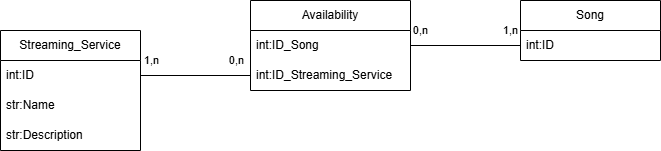
Giacomix02/Service-oriented-Software-Engineering keeps this draw.io diagram as Exam/docs/img/Streaming.png. Above is the earlier version. Source tidied: cells renumbered, new cells last; positions are measured from the earlier drawing's top-left corner, leaving out a move shared by most shapes. Its diagram source:
```xml
<mxGraphModel>
  <root>
    <mxCell id="0" />
    <mxCell id="1" parent="0" />
    <mxCell id="2" value="Song" style="swimlane;fontStyle=0;horizontal=1;startSize=30;whiteSpace=wrap;html=1;" parent="1" vertex="1">
      <mxGeometry x="520" width="140" height="60" as="geometry" />
    </mxCell>
    <mxCell id="3" value="int:ID" style="text;strokeColor=none;fillColor=none;align=left;verticalAlign=middle;spacingLeft=4;spacingRight=4;overflow=hidden;points=[[0,0.5],[1,0.5]];portConstraint=eastwest;whiteSpace=wrap;html=1;" parent="2" vertex="1">
      <mxGeometry y="30" width="140" height="30" as="geometry" />
    </mxCell>
    <mxCell id="4" value="Streaming_Service" style="swimlane;fontStyle=0;horizontal=1;startSize=30;whiteSpace=wrap;html=1;" parent="1" vertex="1">
      <mxGeometry y="30" width="140" height="120" as="geometry" />
    </mxCell>
    <mxCell id="5" value="int:ID" style="text;strokeColor=none;fillColor=none;align=left;verticalAlign=middle;spacingLeft=4;spacingRight=4;overflow=hidden;points=[[0,0.5],[1,0.5]];portConstraint=eastwest;whiteSpace=wrap;html=1;" parent="4" vertex="1">
      <mxGeometry y="30" width="140" height="30" as="geometry" />
    </mxCell>
    <mxCell id="6" value="str:Name" style="text;strokeColor=none;fillColor=none;align=left;verticalAlign=middle;spacingLeft=4;spacingRight=4;overflow=hidden;whiteSpace=wrap;html=1;" parent="4" vertex="1">
      <mxGeometry y="60" width="140" height="30" as="geometry" />
    </mxCell>
    <mxCell id="7" value="str:Description" style="text;strokeColor=none;fillColor=none;align=left;verticalAlign=middle;spacingLeft=4;spacingRight=4;overflow=hidden;whiteSpace=wrap;html=1;" parent="4" vertex="1">
      <mxGeometry y="90" width="140" height="30" as="geometry" />
    </mxCell>
    <mxCell id="8" value="&lt;span&gt;Availability&lt;/span&gt;" style="swimlane;fontStyle=0;horizontal=1;startSize=30;whiteSpace=wrap;html=1;" parent="1" vertex="1">
      <mxGeometry x="250" width="160" height="90" as="geometry" />
    </mxCell>
    <mxCell id="9" value="int:ID_Song" style="text;strokeColor=none;fillColor=none;align=left;verticalAlign=middle;spacingLeft=4;spacingRight=4;overflow=hidden;points=[[0,0.5],[1,0.5]];portConstraint=eastwest;whiteSpace=wrap;html=1;" parent="8" vertex="1">
      <mxGeometry y="30" width="160" height="30" as="geometry" />
    </mxCell>
    <mxCell id="10" value="int:ID_Streaming_Service" style="text;strokeColor=none;fillColor=none;align=left;verticalAlign=middle;spacingLeft=4;spacingRight=4;overflow=hidden;points=[[0,0.5],[1,0.5]];portConstraint=eastwest;whiteSpace=wrap;html=1;" parent="8" vertex="1">
      <mxGeometry y="60" width="160" height="30" as="geometry" />
    </mxCell>
    <mxCell id="11" style="edgeStyle=orthogonalEdgeStyle;rounded=0;jettySize=auto;html=1;endArrow=none;endFill=0;" parent="1" edge="1" source="3" target="9">
      <mxGeometry relative="1" as="geometry" />
    </mxCell>
    <mxCell id="12" value="0,n" style="edgeLabel;html=1;align=center;verticalAlign=middle;" parent="11" vertex="1">
      <mxGeometry x="0.83" relative="1" as="geometry">
        <mxPoint y="-15" as="offset" />
      </mxGeometry>
    </mxCell>
    <mxCell id="13" value="1,n" style="edgeLabel;html=1;align=center;verticalAlign=middle;" parent="11" vertex="1">
      <mxGeometry x="-0.74" y="2" relative="1" as="geometry">
        <mxPoint x="4" y="-17" as="offset" />
      </mxGeometry>
    </mxCell>
    <mxCell id="14" style="edgeStyle=orthogonalEdgeStyle;rounded=0;jettySize=auto;html=1;endArrow=none;endFill=0;" parent="1" edge="1" source="5" target="10">
      <mxGeometry relative="1" as="geometry" />
    </mxCell>
    <mxCell id="15" value="0,n" style="edgeLabel;html=1;align=center;verticalAlign=middle;" parent="14" vertex="1">
      <mxGeometry x="0.48" relative="1" as="geometry">
        <mxPoint x="14" y="-15" as="offset" />
      </mxGeometry>
    </mxCell>
    <mxCell id="16" value="1,n" style="edgeLabel;html=1;align=center;verticalAlign=middle;" parent="14" vertex="1">
      <mxGeometry x="-0.8" y="2" relative="1" as="geometry">
        <mxPoint y="-13" as="offset" />
      </mxGeometry>
    </mxCell>
  </root>
</mxGraphModel>
```
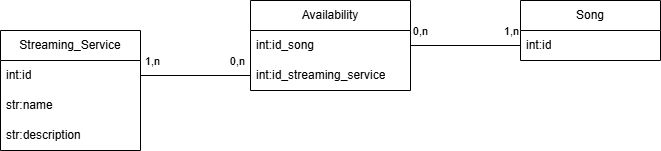
Above is the later version.

Diff of the diagram source:
```diff
@@ -5,28 +5,28 @@
     <mxCell id="2" value="Song" style="swimlane;fontStyle=0;horizontal=1;startSize=30;whiteSpace=wrap;html=1;" parent="1" vertex="1">
       <mxGeometry x="520" width="140" height="60" as="geometry" />
     </mxCell>
-    <mxCell id="3" value="int:ID" style="text;strokeColor=none;fillColor=none;align=left;verticalAlign=middle;spacingLeft=4;spacingRight=4;overflow=hidden;points=[[0,0.5],[1,0.5]];portConstraint=eastwest;whiteSpace=wrap;html=1;" parent="2" vertex="1">
+    <mxCell id="3" value="int:id" style="text;strokeColor=none;fillColor=none;align=left;verticalAlign=middle;spacingLeft=4;spacingRight=4;overflow=hidden;points=[[0,0.5],[1,0.5]];portConstraint=eastwest;whiteSpace=wrap;html=1;" parent="2" vertex="1">
       <mxGeometry y="30" width="140" height="30" as="geometry" />
     </mxCell>
     <mxCell id="4" value="Streaming_Service" style="swimlane;fontStyle=0;horizontal=1;startSize=30;whiteSpace=wrap;html=1;" parent="1" vertex="1">
       <mxGeometry y="30" width="140" height="120" as="geometry" />
     </mxCell>
-    <mxCell id="5" value="int:ID" style="text;strokeColor=none;fillColor=none;align=left;verticalAlign=middle;spacingLeft=4;spacingRight=4;overflow=hidden;points=[[0,0.5],[1,0.5]];portConstraint=eastwest;whiteSpace=wrap;html=1;" parent="4" vertex="1">
+    <mxCell id="5" value="int:id" style="text;strokeColor=none;fillColor=none;align=left;verticalAlign=middle;spacingLeft=4;spacingRight=4;overflow=hidden;points=[[0,0.5],[1,0.5]];portConstraint=eastwest;whiteSpace=wrap;html=1;" parent="4" vertex="1">
       <mxGeometry y="30" width="140" height="30" as="geometry" />
     </mxCell>
-    <mxCell id="6" value="str:Name" style="text;strokeColor=none;fillColor=none;align=left;verticalAlign=middle;spacingLeft=4;spacingRight=4;overflow=hidden;whiteSpace=wrap;html=1;" parent="4" vertex="1">
+    <mxCell id="6" value="str:name" style="text;strokeColor=none;fillColor=none;align=left;verticalAlign=middle;spacingLeft=4;spacingRight=4;overflow=hidden;whiteSpace=wrap;html=1;" parent="4" vertex="1">
       <mxGeometry y="60" width="140" height="30" as="geometry" />
     </mxCell>
-    <mxCell id="7" value="str:Description" style="text;strokeColor=none;fillColor=none;align=left;verticalAlign=middle;spacingLeft=4;spacingRight=4;overflow=hidden;whiteSpace=wrap;html=1;" parent="4" vertex="1">
+    <mxCell id="7" value="str:description" style="text;strokeColor=none;fillColor=none;align=left;verticalAlign=middle;spacingLeft=4;spacingRight=4;overflow=hidden;whiteSpace=wrap;html=1;" parent="4" vertex="1">
       <mxGeometry y="90" width="140" height="30" as="geometry" />
     </mxCell>
     <mxCell id="8" value="&lt;span&gt;Availability&lt;/span&gt;" style="swimlane;fontStyle=0;horizontal=1;startSize=30;whiteSpace=wrap;html=1;" parent="1" vertex="1">
       <mxGeometry x="250" width="160" height="90" as="geometry" />
     </mxCell>
-    <mxCell id="9" value="int:ID_Song" style="text;strokeColor=none;fillColor=none;align=left;verticalAlign=middle;spacingLeft=4;spacingRight=4;overflow=hidden;points=[[0,0.5],[1,0.5]];portConstraint=eastwest;whiteSpace=wrap;html=1;" parent="8" vertex="1">
+    <mxCell id="9" value="int:id_song" style="text;strokeColor=none;fillColor=none;align=left;verticalAlign=middle;spacingLeft=4;spacingRight=4;overflow=hidden;points=[[0,0.5],[1,0.5]];portConstraint=eastwest;whiteSpace=wrap;html=1;" parent="8" vertex="1">
       <mxGeometry y="30" width="160" height="30" as="geometry" />
     </mxCell>
-    <mxCell id="10" value="int:ID_Streaming_Service" style="text;strokeColor=none;fillColor=none;align=left;verticalAlign=middle;spacingLeft=4;spacingRight=4;overflow=hidden;points=[[0,0.5],[1,0.5]];portConstraint=eastwest;whiteSpace=wrap;html=1;" parent="8" vertex="1">
+    <mxCell id="10" value="int:id_streaming_service" style="text;strokeColor=none;fillColor=none;align=left;verticalAlign=middle;spacingLeft=4;spacingRight=4;overflow=hidden;points=[[0,0.5],[1,0.5]];portConstraint=eastwest;whiteSpace=wrap;html=1;" parent="8" vertex="1">
       <mxGeometry y="60" width="160" height="30" as="geometry" />
     </mxCell>
     <mxCell id="11" style="edgeStyle=orthogonalEdgeStyle;rounded=0;jettySize=auto;html=1;endArrow=none;endFill=0;" parent="1" edge="1" source="3" target="9">
```
